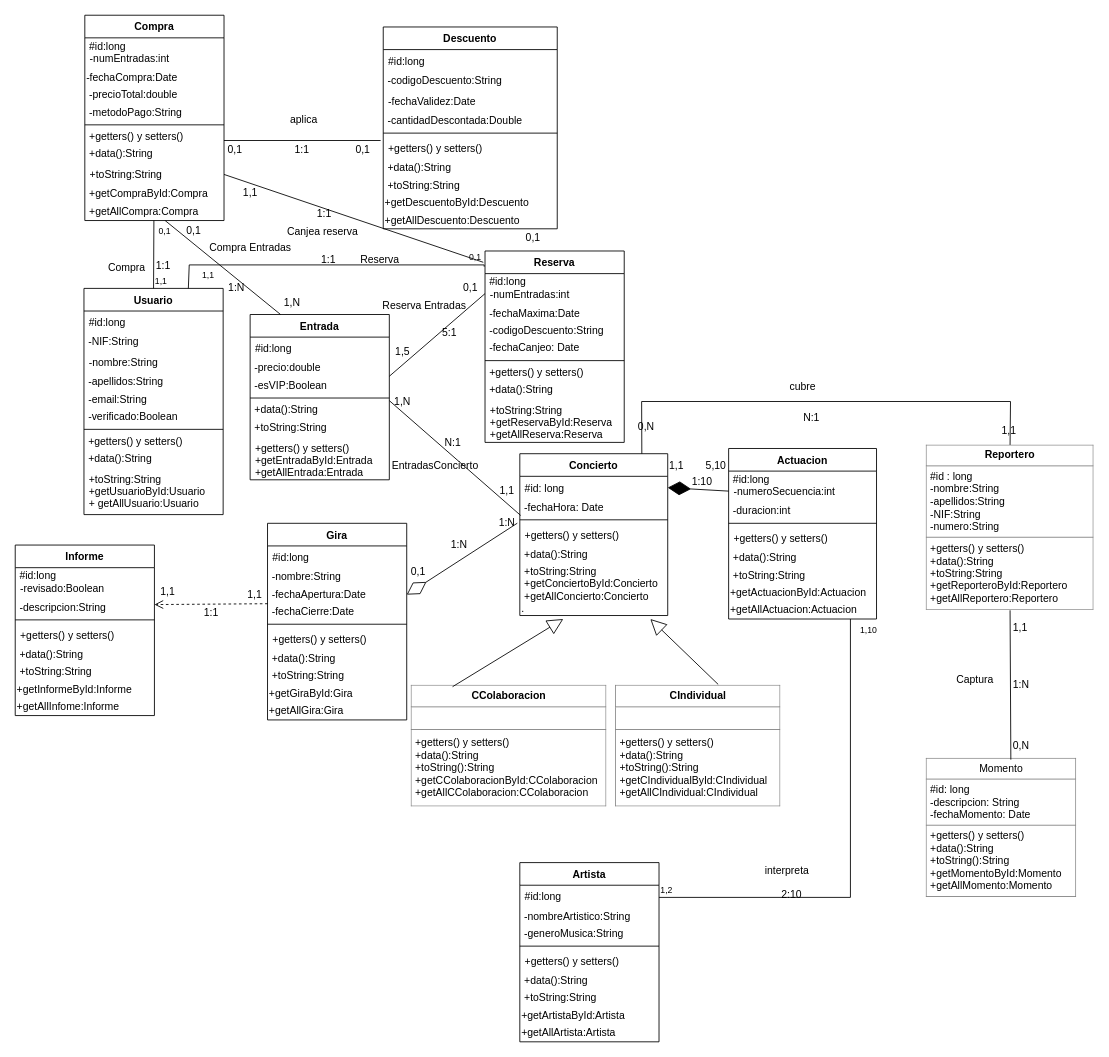
Lusaka12/AgenciaConciertos keeps this draw.io diagram as Diagrama de clases.drawio. Above is the earlier version. Source tidied: cells renumbered, new cells numbered last; positions are measured from the earlier drawing's top-left corner, leaving out a move shared by most shapes. Both pictures are drawn from the tidied source at 87%, with x=0, y=0 at pixel (15, 15).
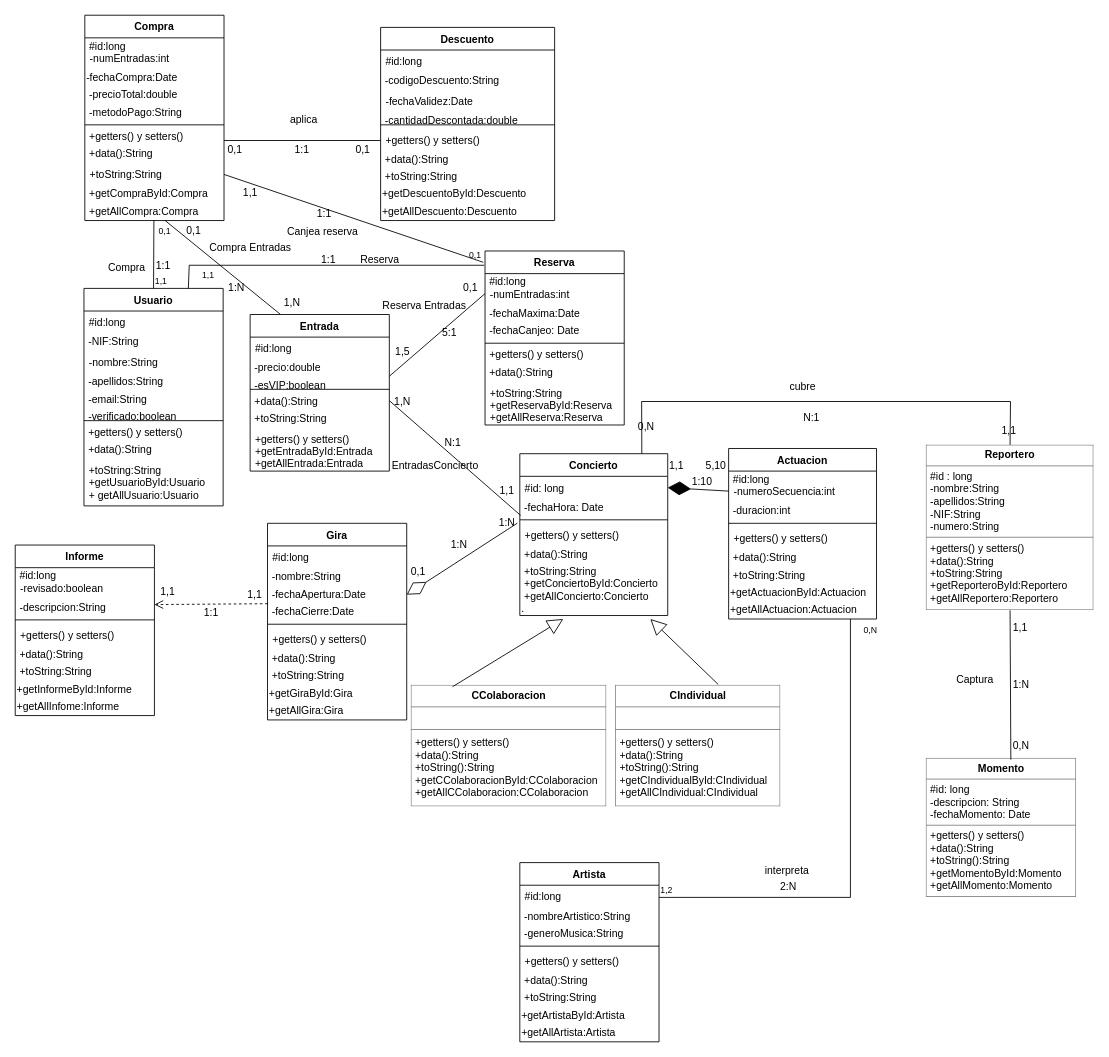
After the change.

Commit message (it also covers changes not shown here):
Actualizacion de diagrama de clases

Unchanged cells that the change refers to:
```xml
<mxCell id="13" value="Informe" style="swimlane;fontStyle=1;align=center;verticalAlign=top;horizontal=1;startSize=26;" parent="1" vertex="1">
  <mxGeometry y="609" width="160" height="196" as="geometry" />
</mxCell>
<mxCell id="110" style="endArrow=none;html=1;edgeStyle=orthogonalEdgeStyle;rounded=0;" parent="1" edge="1" source="33">
  <mxGeometry relative="1" as="geometry">
    <mxPoint x="960" y="694" as="targetPoint" />
    <Array as="points">
      <mxPoint x="960" y="1014" />
      <mxPoint x="960" y="694" />
    </Array>
  </mxGeometry>
</mxCell>
```

The edit, as a diff of the source:
```diff
@@
-    <mxCell id="15" value="-revisado:Boolean" style="text;strokeColor=none;fillColor=none;align=left;verticalAlign=top;spacingLeft=4;spacingRight=4;overflow=hidden;" parent="13" vertex="1">
+    <mxCell id="15" value="-revisado:boolean" style="text;strokeColor=none;fillColor=none;align=left;verticalAlign=top;spacingLeft=4;spacingRight=4;overflow=hidden;" parent="13" vertex="1">
       <mxGeometry y="36" width="160" height="26" as="geometry" />
     </mxCell>
@@
     <mxCell id="43" value="Entrada" style="swimlane;fontStyle=1;align=center;verticalAlign=top;horizontal=1;startSize=26;" parent="1" vertex="1">
-      <mxGeometry x="270" y="344" width="160" height="190" as="geometry" />
+      <mxGeometry x="270" y="344" width="160" height="180" as="geometry" />
     </mxCell>
@@
-    <mxCell id="46" value="&amp;nbsp;-esVIP:Boolean" style="text;html=1;align=left;verticalAlign=top;spacingTop=-4;" parent="43" vertex="1">
-      <mxGeometry y="72" width="160" height="20" as="geometry" />
+    <mxCell id="46" value="&amp;nbsp;-esVIP:boolean" style="text;html=1;align=left;verticalAlign=top;spacingTop=-4;" parent="43" vertex="1">
+      <mxGeometry y="72" width="160" height="10" as="geometry" />
     </mxCell>
     <mxCell id="47" style="line;strokeWidth=1;fillColor=none;align=left;verticalAlign=middle;spacingTop=-1;spacingLeft=3;spacingRight=3;labelPosition=right;" parent="43" vertex="1">
-      <mxGeometry y="92" width="160" height="8" as="geometry" />
+      <mxGeometry y="82" width="160" height="8" as="geometry" />
     </mxCell>
     <mxCell id="48" value="&amp;nbsp;+data():String" style="text;html=1;align=left;verticalAlign=top;spacingTop=-4;" parent="43" vertex="1">
-      <mxGeometry y="100" width="160" height="20" as="geometry" />
+      <mxGeometry y="90" width="160" height="20" as="geometry" />
     </mxCell>
     <mxCell id="49" value="&amp;nbsp;+toString:String" style="text;html=1;align=left;verticalAlign=top;spacingTop=-4;" parent="43" vertex="1">
-      <mxGeometry y="120" width="160" height="20" as="geometry" />
+      <mxGeometry y="110" width="160" height="20" as="geometry" />
     </mxCell>
     <mxCell id="50" value="+getters() y setters()&#10;+getEntradaById:Entrada&#10;+getAllEntrada:Entrada" style="text;strokeColor=none;fillColor=none;align=left;verticalAlign=top;spacingLeft=4;spacingRight=4;overflow=hidden;" parent="43" vertex="1">
-      <mxGeometry y="140" width="160" height="50" as="geometry" />
+      <mxGeometry y="130" width="160" height="50" as="geometry" />
     </mxCell>
     <mxCell id="51" value="Usuario" style="swimlane;fontStyle=1;align=center;verticalAlign=top;horizontal=1;startSize=26;" parent="1" vertex="1">
-      <mxGeometry x="79" y="314" width="160" height="260" as="geometry" />
+      <mxGeometry x="79" y="314" width="160" height="250" as="geometry" />
     </mxCell>
@@
-    <mxCell id="57" value="&amp;nbsp;-verificado:Boolean" style="text;html=1;align=left;verticalAlign=top;spacingTop=-4;" parent="51" vertex="1">
-      <mxGeometry y="138" width="160" height="20" as="geometry" />
+    <mxCell id="57" value="&amp;nbsp;-verificado:boolean" style="text;html=1;align=left;verticalAlign=top;spacingTop=-4;" parent="51" vertex="1">
+      <mxGeometry y="138" width="160" height="10" as="geometry" />
     </mxCell>
     <mxCell id="58" style="line;strokeWidth=1;fillColor=none;align=left;verticalAlign=middle;spacingTop=-1;spacingLeft=3;spacingRight=3;labelPosition=right;" parent="51" vertex="1">
-      <mxGeometry y="158" width="160" height="8" as="geometry" />
+      <mxGeometry y="148" width="160" height="8" as="geometry" />
     </mxCell>
     <mxCell id="59" value="&amp;nbsp;+getters() y setters()" style="text;html=1;align=left;verticalAlign=top;spacingTop=-4;" parent="51" vertex="1">
-      <mxGeometry y="166" width="160" height="20" as="geometry" />
+      <mxGeometry y="156" width="160" height="20" as="geometry" />
     </mxCell>
     <mxCell id="60" value="&amp;nbsp;+data():String" style="text;html=1;align=left;verticalAlign=top;spacingTop=-4;" parent="51" vertex="1">
-      <mxGeometry y="186" width="160" height="20" as="geometry" />
+      <mxGeometry y="176" width="160" height="20" as="geometry" />
     </mxCell>
     <mxCell id="61" value="+toString:String&#10;+getUsuarioById:Usuario&#10;+ getAllUsuario:Usuario" style="text;strokeColor=none;fillColor=none;align=left;verticalAlign=top;spacingLeft=4;spacingRight=4;overflow=hidden;" parent="51" vertex="1">
-      <mxGeometry y="206" width="160" height="54" as="geometry" />
+      <mxGeometry y="196" width="160" height="54" as="geometry" />
     </mxCell>
@@
     <mxCell id="74" value="Reserva" style="swimlane;fontStyle=1;align=center;verticalAlign=top;horizontal=1;startSize=26;" parent="1" vertex="1">
-      <mxGeometry x="540" y="271" width="160" height="220" as="geometry" />
+      <mxGeometry x="540" y="271" width="160" height="200" as="geometry" />
     </mxCell>
@@
-    <mxCell id="78" value="&amp;nbsp;-codigoDescuento:String&lt;br&gt;" style="text;html=1;align=left;verticalAlign=top;spacingTop=-4;" parent="74" vertex="1">
-      <mxGeometry y="82" width="160" height="20" as="geometry" />
-    </mxCell>
     <mxCell id="79" value="&amp;nbsp;-fechaCanjeo: Date" style="text;html=1;align=left;verticalAlign=top;spacingTop=-4;" parent="74" vertex="1">
-      <mxGeometry y="102" width="160" height="20" as="geometry" />
+      <mxGeometry y="82" width="160" height="20" as="geometry" />
     </mxCell>
     <mxCell id="80" style="line;strokeWidth=1;fillColor=none;align=left;verticalAlign=middle;spacingTop=-1;spacingLeft=3;spacingRight=3;labelPosition=right;" parent="74" vertex="1">
-      <mxGeometry y="122" width="160" height="8" as="geometry" />
+      <mxGeometry y="102" width="160" height="8" as="geometry" />
     </mxCell>
     <mxCell id="81" value="&amp;nbsp;+getters() y setters()" style="text;html=1;align=left;verticalAlign=top;spacingTop=-4;" parent="74" vertex="1">
-      <mxGeometry y="130" width="160" height="20" as="geometry" />
+      <mxGeometry y="110" width="160" height="20" as="geometry" />
     </mxCell>
     <mxCell id="82" value="&amp;nbsp;+data():String" style="text;html=1;align=left;verticalAlign=top;spacingTop=-4;" parent="74" vertex="1">
-      <mxGeometry y="150" width="160" height="20" as="geometry" />
+      <mxGeometry y="130" width="160" height="20" as="geometry" />
     </mxCell>
     <mxCell id="83" value="+toString:String&#10;+getReservaById:Reserva&#10;+getAllReserva:Reserva" style="text;strokeColor=none;fillColor=none;align=left;verticalAlign=top;spacingLeft=4;spacingRight=4;overflow=hidden;" parent="74" vertex="1">
-      <mxGeometry y="170" width="160" height="50" as="geometry" />
+      <mxGeometry y="150" width="160" height="50" as="geometry" />
     </mxCell>
     <mxCell id="84" value="Descuento" style="swimlane;fontStyle=1;align=center;verticalAlign=top;horizontal=1;startSize=26;" parent="1" vertex="1">
-      <mxGeometry x="423" y="13.5" width="200" height="232" as="geometry" />
+      <mxGeometry x="420" y="14" width="200" height="222" as="geometry" />
     </mxCell>
@@
-    <mxCell id="88" value="&amp;nbsp;-cantidadDescontada:Double" style="text;html=1;align=left;verticalAlign=top;spacingTop=-4;fillColor=none;" parent="84" vertex="1">
-      <mxGeometry y="98" width="200" height="20" as="geometry" />
+    <mxCell id="88" value="&amp;nbsp;-cantidadDescontada:double" style="text;html=1;align=left;verticalAlign=top;spacingTop=-4;fillColor=none;" parent="84" vertex="1">
+      <mxGeometry y="98" width="200" height="10" as="geometry" />
     </mxCell>
     <mxCell id="89" style="line;strokeWidth=1;fillColor=none;align=left;verticalAlign=middle;spacingTop=-1;spacingLeft=3;spacingRight=3;labelPosition=right;" parent="84" vertex="1">
-      <mxGeometry y="118" width="200" height="8" as="geometry" />
+      <mxGeometry y="108" width="200" height="8" as="geometry" />
     </mxCell>
     <mxCell id="90" value="+getters() y setters()" style="text;strokeColor=none;fillColor=none;align=left;verticalAlign=top;spacingLeft=4;spacingRight=4;overflow=hidden;" parent="84" vertex="1">
-      <mxGeometry y="126" width="200" height="26" as="geometry" />
+      <mxGeometry y="116" width="200" height="26" as="geometry" />
     </mxCell>
     <mxCell id="91" value="&amp;nbsp;+data():String" style="text;html=1;align=left;verticalAlign=top;spacingTop=-4;" parent="84" vertex="1">
-      <mxGeometry y="152" width="200" height="20" as="geometry" />
+      <mxGeometry y="142" width="200" height="20" as="geometry" />
     </mxCell>
     <mxCell id="92" value="&amp;nbsp;+toString:String" style="text;html=1;align=left;verticalAlign=top;spacingTop=-4;" parent="84" vertex="1">
-      <mxGeometry y="172" width="200" height="20" as="geometry" />
+      <mxGeometry y="162" width="200" height="20" as="geometry" />
     </mxCell>
     <mxCell id="93" value="+getDescuentoById:Descuento" style="text;html=1;align=left;verticalAlign=top;spacingTop=-4;" parent="84" vertex="1">
-      <mxGeometry y="192" width="200" height="20" as="geometry" />
+      <mxGeometry y="182" width="200" height="20" as="geometry" />
     </mxCell>
     <mxCell id="94" value="+getAllDescuento:Descuento" style="text;html=1;align=left;verticalAlign=top;spacingTop=-4;" parent="84" vertex="1">
-      <mxGeometry y="212" width="200" height="20" as="geometry" />
+      <mxGeometry y="202" width="200" height="20" as="geometry" />
     </mxCell>
@@
-    <mxCell id="112" value="1,10" style="html=1;align=right;verticalAlign=bottom;labelBackgroundColor=#ffffff;fontSize=10;" parent="110" vertex="1">
+    <mxCell id="112" value="0,N" style="html=1;align=right;verticalAlign=bottom;labelBackgroundColor=#ffffff;fontSize=10;" parent="110" vertex="1">
       <mxGeometry x="1" relative="1" as="geometry">
         <mxPoint x="31" y="21" as="offset" />
       </mxGeometry>
     </mxCell>
-    <mxCell id="113" value="2:10" style="text;strokeColor=none;fillColor=none;align=left;verticalAlign=top;spacingLeft=4;spacingRight=4;overflow=hidden;" parent="1" vertex="1">
-      <mxGeometry x="875" y="997" width="40" height="26" as="geometry" />
+    <mxCell id="113" value="2:N" style="text;strokeColor=none;fillColor=none;align=left;verticalAlign=top;spacingLeft=4;spacingRight=4;overflow=hidden;" parent="1" vertex="1">
+      <mxGeometry x="873.5" y="988" width="40" height="26" as="geometry" />
     </mxCell>
@@
-    <mxCell id="129" value="&lt;table border=&quot;1&quot; width=&quot;100%&quot; cellpadding=&quot;4&quot; style=&quot;width: 100% ; height: 100% ; border-collapse: collapse&quot;&gt;&lt;tbody&gt;&lt;tr&gt;&lt;th style=&quot;text-align: center&quot;&gt;&lt;span style=&quot;font-weight: normal&quot;&gt;Momento&lt;/span&gt;&lt;/th&gt;&lt;/tr&gt;&lt;tr&gt;&lt;td&gt;#id: long&lt;br&gt;-descripcion: String&lt;br&gt;-fechaMomento: Date&lt;br&gt;&lt;/td&gt;&lt;/tr&gt;&lt;tr&gt;&lt;td&gt;&lt;div&gt;&lt;span&gt;+getters() y setters()&amp;nbsp;&lt;/span&gt;&lt;/div&gt;&lt;div&gt;&lt;span&gt;+data():String&lt;/span&gt;&lt;/div&gt;&lt;div&gt;&lt;span&gt;+toString():String&lt;/span&gt;&lt;/div&gt;&lt;div&gt;&lt;span&gt;+getMomentoById:Momento&lt;/span&gt;&lt;/div&gt;&lt;div&gt;&lt;span&gt;+getAllMomento:Momento&lt;/span&gt;&lt;/div&gt;&lt;/td&gt;&lt;/tr&gt;&lt;/tbody&gt;&lt;/table&gt;" style="text;html=1;strokeColor=none;fillColor=none;overflow=fill;strokeWidth=1;align=left;verticalAlign=top;horizontal=1;" parent="1" vertex="1">
+    <mxCell id="129" value="&lt;table border=&quot;1&quot; width=&quot;100%&quot; cellpadding=&quot;4&quot; style=&quot;width: 100% ; height: 100% ; border-collapse: collapse&quot;&gt;&lt;tbody&gt;&lt;tr&gt;&lt;th style=&quot;text-align: center&quot;&gt;Momento&lt;/th&gt;&lt;/tr&gt;&lt;tr&gt;&lt;td&gt;#id: long&lt;br&gt;-descripcion: String&lt;br&gt;-fechaMomento: Date&lt;br&gt;&lt;/td&gt;&lt;/tr&gt;&lt;tr&gt;&lt;td&gt;&lt;div&gt;&lt;span&gt;+getters() y setters()&amp;nbsp;&lt;/span&gt;&lt;/div&gt;&lt;div&gt;&lt;span&gt;+data():String&lt;/span&gt;&lt;/div&gt;&lt;div&gt;&lt;span&gt;+toString():String&lt;/span&gt;&lt;/div&gt;&lt;div&gt;&lt;span&gt;+getMomentoById:Momento&lt;/span&gt;&lt;/div&gt;&lt;div&gt;&lt;span&gt;+getAllMomento:Momento&lt;/span&gt;&lt;/div&gt;&lt;/td&gt;&lt;/tr&gt;&lt;/tbody&gt;&lt;/table&gt;" style="text;html=1;strokeColor=none;fillColor=none;overflow=fill;strokeWidth=1;align=left;verticalAlign=top;horizontal=1;" parent="1" vertex="1">
       <mxGeometry x="1047" y="854" width="173" height="160" as="geometry" />
     </mxCell>
@@
-    <mxCell id="167" value="0,1" style="text;html=1;align=center;verticalAlign=middle;" parent="1" vertex="1">
-      <mxGeometry x="580" y="246" width="30" height="20" as="geometry" />
-    </mxCell>
```
